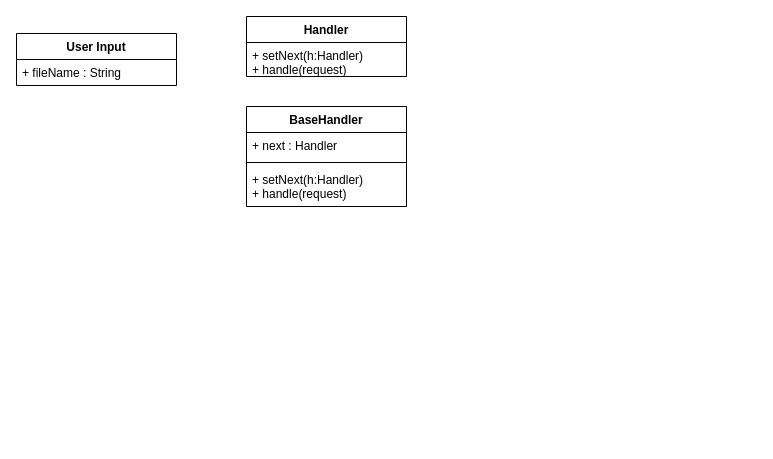
Above: Untitled Diagram.drawio in 335689832/Refactoring_AnswerCheck_GW_NC_SH (draw.io), before the change. Source tidied: cells renumbered, new cells numbered last; positions are measured from the earlier drawing's top-left corner, leaving out a move shared by most shapes. Both pictures are drawn from the tidied source at 100%, with x=0, y=0 at pixel (16, 16).
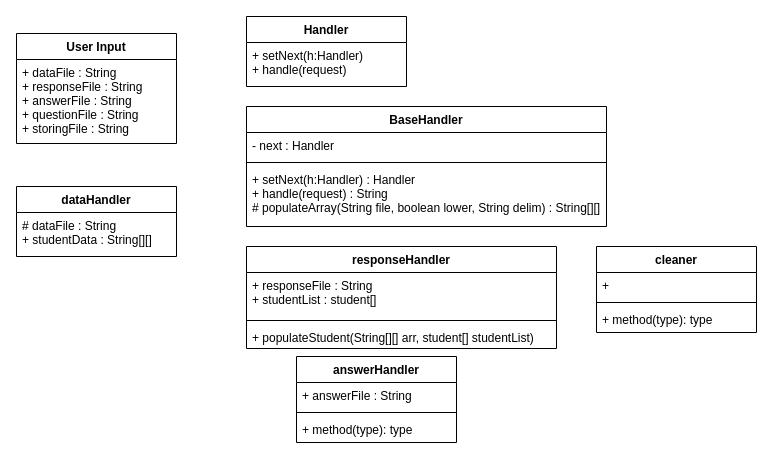
The same diagram, later.

What changed in the source:
```diff
@@
     <mxCell id="2" value="User Input" style="swimlane;fontStyle=1;align=center;verticalAlign=top;horizontal=1;startSize=26;" parent="1" vertex="1">
-      <mxGeometry y="17" width="160" height="52" as="geometry" />
+      <mxGeometry y="17" width="160" height="110" as="geometry" />
     </mxCell>
-    <mxCell id="3" value="+ fileName : String" style="text;strokeColor=none;fillColor=none;align=left;verticalAlign=top;spacingLeft=4;spacingRight=4;overflow=hidden;" parent="2" vertex="1">
-      <mxGeometry y="26" width="160" height="26" as="geometry" />
+    <mxCell id="3" value="+ dataFile : String&#10;+ responseFile : String&#10;+ answerFile : String&#10;+ questionFile : String&#10;+ storingFile : String" style="text;strokeColor=none;fillColor=none;align=left;verticalAlign=top;spacingLeft=4;spacingRight=4;overflow=hidden;" parent="2" vertex="1">
+      <mxGeometry y="26" width="160" height="84" as="geometry" />
     </mxCell>
     <mxCell id="4" value="Handler" style="swimlane;fontStyle=1;align=center;verticalAlign=top;horizontal=1;startSize=26;" parent="1" vertex="1">
-      <mxGeometry x="230" width="160" height="60" as="geometry" />
+      <mxGeometry x="230" width="160" height="70" as="geometry" />
     </mxCell>
     <mxCell id="5" value="+ setNext(h:Handler)&#10;+ handle(request)" style="text;strokeColor=none;fillColor=none;align=left;verticalAlign=top;spacingLeft=4;spacingRight=4;overflow=hidden;" parent="4" vertex="1">
-      <mxGeometry y="26" width="160" height="34" as="geometry" />
+      <mxGeometry y="26" width="160" height="44" as="geometry" />
     </mxCell>
     <mxCell id="6" value="BaseHandler" style="swimlane;fontStyle=1;align=center;verticalAlign=top;horizontal=1;startSize=26;" parent="1" vertex="1">
-      <mxGeometry x="230" y="90" width="160" height="100" as="geometry" />
+      <mxGeometry x="230" y="90" width="360" height="120" as="geometry" />
     </mxCell>
-    <mxCell id="7" value="+ next : Handler" style="text;strokeColor=none;fillColor=none;align=left;verticalAlign=top;spacingLeft=4;spacingRight=4;overflow=hidden;" parent="6" vertex="1">
-      <mxGeometry y="26" width="160" height="26" as="geometry" />
+    <mxCell id="7" value="- next : Handler" style="text;strokeColor=none;fillColor=none;align=left;verticalAlign=top;spacingLeft=4;spacingRight=4;overflow=hidden;" parent="6" vertex="1">
+      <mxGeometry y="26" width="360" height="26" as="geometry" />
     </mxCell>
     <mxCell id="8" style="line;strokeWidth=1;fillColor=none;align=left;verticalAlign=middle;spacingTop=-1;spacingLeft=3;spacingRight=3;labelPosition=right;strokeColor=inherit;" parent="6" vertex="1">
-      <mxGeometry y="52" width="160" height="8" as="geometry" />
+      <mxGeometry y="52" width="360" height="8" as="geometry" />
     </mxCell>
-    <mxCell id="9" value="+ setNext(h:Handler)&#10;+ handle(request)" style="text;strokeColor=none;fillColor=none;align=left;verticalAlign=top;spacingLeft=4;spacingRight=4;overflow=hidden;" parent="6" vertex="1">
-      <mxGeometry y="60" width="160" height="40" as="geometry" />
+    <mxCell id="9" value="+ setNext(h:Handler) : Handler&#10;+ handle(request) : String&#10;# populateArray(String file, boolean lower, String delim) : String[][]" style="text;strokeColor=none;fillColor=none;align=left;verticalAlign=top;spacingLeft=4;spacingRight=4;overflow=hidden;" parent="6" vertex="1">
+      <mxGeometry y="60" width="360" height="60" as="geometry" />
     </mxCell>
+    <mxCell id="10" value="dataHandler" style="swimlane;fontStyle=1;align=center;verticalAlign=top;horizontal=1;startSize=26;" parent="1" vertex="1">
+      <mxGeometry y="170" width="160" height="70" as="geometry" />
+    </mxCell>
+    <mxCell id="11" value="# dataFile : String&#10;+ studentData : String[][]" style="text;strokeColor=none;fillColor=none;align=left;verticalAlign=top;spacingLeft=4;spacingRight=4;overflow=hidden;" parent="10" vertex="1">
+      <mxGeometry y="26" width="160" height="44" as="geometry" />
+    </mxCell>
+    <mxCell id="12" value="responseHandler" style="swimlane;fontStyle=1;align=center;verticalAlign=top;horizontal=1;startSize=26;" parent="1" vertex="1">
+      <mxGeometry x="230" y="230" width="310" height="102" as="geometry" />
+    </mxCell>
+    <mxCell id="13" value="+ responseFile : String&#10;+ studentList : student[]" style="text;strokeColor=none;fillColor=none;align=left;verticalAlign=top;spacingLeft=4;spacingRight=4;overflow=hidden;" parent="12" vertex="1">
+      <mxGeometry y="26" width="310" height="44" as="geometry" />
+    </mxCell>
+    <mxCell id="14" style="line;strokeWidth=1;fillColor=none;align=left;verticalAlign=middle;spacingTop=-1;spacingLeft=3;spacingRight=3;labelPosition=right;strokeColor=inherit;" parent="12" vertex="1">
+      <mxGeometry y="70" width="310" height="8" as="geometry" />
+    </mxCell>
+    <mxCell id="15" value="+ populateStudent(String[][] arr, student[] studentList)" style="text;strokeColor=none;fillColor=none;align=left;verticalAlign=top;spacingLeft=4;spacingRight=4;overflow=hidden;" parent="12" vertex="1">
+      <mxGeometry y="78" width="310" height="24" as="geometry" />
+    </mxCell>
+    <mxCell id="16" value="answerHandler" style="swimlane;fontStyle=1;align=center;verticalAlign=top;horizontal=1;startSize=26;" parent="1" vertex="1">
+      <mxGeometry x="280" y="340" width="160" height="86" as="geometry" />
+    </mxCell>
+    <mxCell id="17" value="+ answerFile : String" style="text;strokeColor=none;fillColor=none;align=left;verticalAlign=top;spacingLeft=4;spacingRight=4;overflow=hidden;" parent="16" vertex="1">
+      <mxGeometry y="26" width="160" height="26" as="geometry" />
+    </mxCell>
+    <mxCell id="18" style="line;strokeWidth=1;fillColor=none;align=left;verticalAlign=middle;spacingTop=-1;spacingLeft=3;spacingRight=3;labelPosition=right;strokeColor=inherit;" parent="16" vertex="1">
+      <mxGeometry y="52" width="160" height="8" as="geometry" />
+    </mxCell>
+    <mxCell id="19" value="+ method(type): type" style="text;strokeColor=none;fillColor=none;align=left;verticalAlign=top;spacingLeft=4;spacingRight=4;overflow=hidden;" parent="16" vertex="1">
+      <mxGeometry y="60" width="160" height="26" as="geometry" />
+    </mxCell>
+    <mxCell id="20" value="cleaner" style="swimlane;fontStyle=1;align=center;verticalAlign=top;horizontal=1;startSize=26;" parent="1" vertex="1">
+      <mxGeometry x="580" y="230" width="160" height="86" as="geometry" />
+    </mxCell>
+    <mxCell id="21" value="+" style="text;strokeColor=none;fillColor=none;align=left;verticalAlign=top;spacingLeft=4;spacingRight=4;overflow=hidden;" parent="20" vertex="1">
+      <mxGeometry y="26" width="160" height="26" as="geometry" />
+    </mxCell>
+    <mxCell id="22" style="line;strokeWidth=1;fillColor=none;align=left;verticalAlign=middle;spacingTop=-1;spacingLeft=3;spacingRight=3;labelPosition=right;strokeColor=inherit;" parent="20" vertex="1">
+      <mxGeometry y="52" width="160" height="8" as="geometry" />
+    </mxCell>
+    <mxCell id="23" value="+ method(type): type" style="text;strokeColor=none;fillColor=none;align=left;verticalAlign=top;spacingLeft=4;spacingRight=4;overflow=hidden;" parent="20" vertex="1">
+      <mxGeometry y="60" width="160" height="26" as="geometry" />
+    </mxCell>
```
